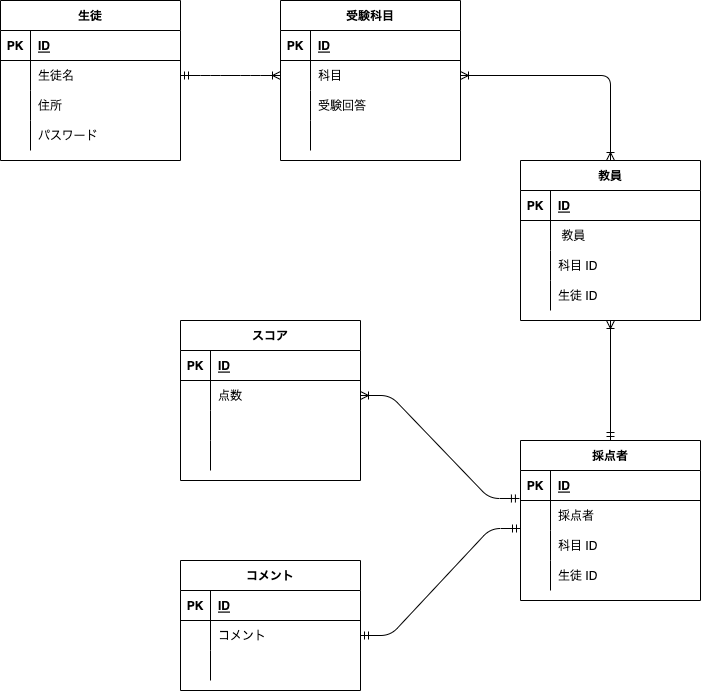
Before: test.drawio.png, a diagram exported from draw.io (nishihatakoh/databaseTest). Source tidied: cells renumbered, new cells last; positions are measured from the earlier drawing's top-left corner, leaving out a move shared by most shapes.
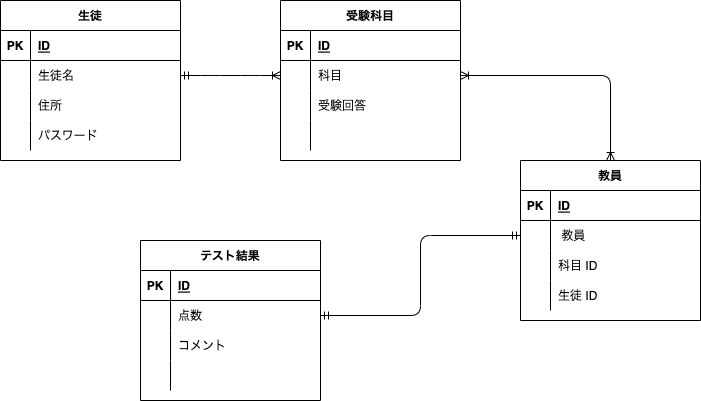
Above is the later version.

The edit, as a diff of the source:
```diff
@@ -83,8 +83,8 @@
     <mxCell id="28" style="edgeStyle=entityRelationEdgeStyle;fontSize=12;html=1;endArrow=ERoneToMany;startArrow=ERmandOne;exitX=1;exitY=0.5;exitDx=0;exitDy=0;entryX=0;entryY=0.5;entryDx=0;entryDy=0;" parent="1" edge="1" source="6" target="19">
       <mxGeometry relative="1" as="geometry" />
     </mxCell>
-    <mxCell id="29" value="スコア" style="shape=table;startSize=30;rowLines=0;fontStyle=1;align=center;" parent="1" vertex="1">
-      <mxGeometry x="180" y="320" width="180" height="160" as="geometry" />
+    <mxCell id="29" value="テスト結果" style="shape=table;startSize=30;rowLines=0;fontStyle=1;align=center;" parent="1" vertex="1">
+      <mxGeometry x="140" y="240" width="180" height="160" as="geometry" />
     </mxCell>
     <mxCell id="30" style="shape=partialRectangle;fillColor=none;top=0;left=0;bottom=1;right=0;" parent="29" vertex="1">
       <mxGeometry y="30" width="180" height="30" as="geometry" />
@@ -110,7 +110,7 @@
     <mxCell id="37" style="shape=partialRectangle;fillColor=none;top=0;left=0;bottom=0;right=0;overflow=hidden;" parent="36" vertex="1">
       <mxGeometry width="30" height="30" as="geometry" />
     </mxCell>
-    <mxCell id="38" style="shape=partialRectangle;fillColor=none;top=0;left=0;bottom=0;right=0;align=left;spacingLeft=6;overflow=hidden;" parent="36" vertex="1">
+    <mxCell id="38" value="コメント" style="shape=partialRectangle;fillColor=none;top=0;left=0;bottom=0;right=0;align=left;spacingLeft=6;overflow=hidden;" parent="36" vertex="1">
       <mxGeometry x="30" width="150" height="30" as="geometry" />
     </mxCell>
     <mxCell id="39" style="shape=partialRectangle;fillColor=none;top=0;left=0;bottom=0;right=0;" parent="29" vertex="1">
@@ -161,89 +161,9 @@
     <mxCell id="54" value="生徒 ID" style="shape=partialRectangle;fillColor=none;top=0;left=0;bottom=0;right=0;align=left;spacingLeft=6;overflow=hidden;" parent="52" vertex="1">
       <mxGeometry x="30" width="150" height="30" as="geometry" />
     </mxCell>
-    <mxCell id="55" value="採点者" style="shape=table;startSize=30;rowLines=0;fontStyle=1;align=center;" parent="1" vertex="1">
-      <mxGeometry x="520" y="440" width="180" height="160" as="geometry" />
-    </mxCell>
-    <mxCell id="56" style="shape=partialRectangle;fillColor=none;top=0;left=0;bottom=1;right=0;" parent="55" vertex="1">
-      <mxGeometry y="30" width="180" height="30" as="geometry" />
-    </mxCell>
-    <mxCell id="57" value="PK" style="shape=partialRectangle;fillColor=none;top=0;left=0;bottom=0;right=0;fontStyle=1;overflow=hidden;" parent="56" vertex="1">
-      <mxGeometry width="30" height="30" as="geometry" />
-    </mxCell>
-    <mxCell id="58" value="ID" style="shape=partialRectangle;fillColor=none;top=0;left=0;bottom=0;right=0;align=left;spacingLeft=6;fontStyle=5;overflow=hidden;" parent="56" vertex="1">
-      <mxGeometry x="30" width="150" height="30" as="geometry" />
-    </mxCell>
-    <mxCell id="59" style="shape=partialRectangle;fillColor=none;top=0;left=0;bottom=0;right=0;points=[[0,0.5],[1,0.5]];portConstraint=eastwest;" parent="55" vertex="1">
-      <mxGeometry y="60" width="180" height="30" as="geometry" />
-    </mxCell>
-    <mxCell id="60" style="shape=partialRectangle;fillColor=none;top=0;left=0;bottom=0;right=0;overflow=hidden;" parent="59" vertex="1">
-      <mxGeometry width="30" height="30" as="geometry" />
-    </mxCell>
-    <mxCell id="61" value="採点者" style="shape=partialRectangle;fillColor=none;top=0;left=0;bottom=0;right=0;align=left;spacingLeft=6;overflow=hidden;" parent="59" vertex="1">
-      <mxGeometry x="30" width="150" height="30" as="geometry" />
-    </mxCell>
-    <mxCell id="62" style="shape=partialRectangle;fillColor=none;top=0;left=0;bottom=0;right=0;" parent="55" vertex="1">
-      <mxGeometry y="90" width="180" height="30" as="geometry" />
-    </mxCell>
-    <mxCell id="63" style="shape=partialRectangle;fillColor=none;top=0;left=0;bottom=0;right=0;overflow=hidden;" parent="62" vertex="1">
-      <mxGeometry width="30" height="30" as="geometry" />
-    </mxCell>
-    <mxCell id="64" value="科目 ID" style="shape=partialRectangle;fillColor=none;top=0;left=0;bottom=0;right=0;align=left;spacingLeft=6;overflow=hidden;" parent="62" vertex="1">
-      <mxGeometry x="30" width="150" height="30" as="geometry" />
-    </mxCell>
-    <mxCell id="65" style="shape=partialRectangle;fillColor=none;top=0;left=0;bottom=0;right=0;" parent="55" vertex="1">
-      <mxGeometry y="120" width="180" height="30" as="geometry" />
-    </mxCell>
-    <mxCell id="66" style="shape=partialRectangle;fillColor=none;top=0;left=0;bottom=0;right=0;overflow=hidden;" parent="65" vertex="1">
-      <mxGeometry width="30" height="30" as="geometry" />
-    </mxCell>
-    <mxCell id="67" value="生徒 ID" style="shape=partialRectangle;fillColor=none;top=0;left=0;bottom=0;right=0;align=left;spacingLeft=6;overflow=hidden;" parent="65" vertex="1">
-      <mxGeometry x="30" width="150" height="30" as="geometry" />
-    </mxCell>
     <mxCell id="68" style="edgeStyle=orthogonalEdgeStyle;fontSize=12;html=1;endArrow=ERoneToMany;startArrow=ERoneToMany;exitX=1;exitY=0.5;exitDx=0;exitDy=0;entryX=0.5;entryY=0;entryDx=0;entryDy=0;" parent="1" edge="1" source="19" target="42">
       <mxGeometry relative="1" as="geometry" />
     </mxCell>
-    <mxCell id="69" style="fontSize=12;html=1;endArrow=ERoneToMany;startArrow=ERmandOne;exitX=0.5;exitY=0;exitDx=0;exitDy=0;entryX=0.5;entryY=1;entryDx=0;entryDy=0;" parent="1" edge="1" source="55" target="42">
-      <mxGeometry relative="1" as="geometry" />
-    </mxCell>
-    <mxCell id="70" value="コメント" style="shape=table;startSize=30;rowLines=0;fontStyle=1;align=center;" parent="1" vertex="1">
-      <mxGeometry x="180" y="560" width="180" height="130" as="geometry" />
-    </mxCell>
-    <mxCell id="71" style="shape=partialRectangle;fillColor=none;top=0;left=0;bottom=1;right=0;" parent="70" vertex="1">
-      <mxGeometry y="30" width="180" height="30" as="geometry" />
-    </mxCell>
-    <mxCell id="72" value="PK" style="shape=partialRectangle;fillColor=none;top=0;left=0;bottom=0;right=0;fontStyle=1;overflow=hidden;" parent="71" vertex="1">
-      <mxGeometry width="30" height="30" as="geometry" />
-    </mxCell>
-    <mxCell id="73" value="ID" style="shape=partialRectangle;fillColor=none;top=0;left=0;bottom=0;right=0;align=left;spacingLeft=6;fontStyle=5;overflow=hidden;" parent="71" vertex="1">
-      <mxGeometry x="30" width="150" height="30" as="geometry" />
-    </mxCell>
-    <mxCell id="74" style="shape=partialRectangle;fillColor=none;top=0;left=0;bottom=0;right=0;points=[[0,0.5],[1,0.5]];portConstraint=eastwest;" parent="70" vertex="1">
-      <mxGeometry y="60" width="180" height="30" as="geometry" />
-    </mxCell>
-    <mxCell id="75" style="shape=partialRectangle;fillColor=none;top=0;left=0;bottom=0;right=0;overflow=hidden;" parent="74" vertex="1">
-      <mxGeometry width="30" height="30" as="geometry" />
-    </mxCell>
-    <mxCell id="76" value="コメント" style="shape=partialRectangle;fillColor=none;top=0;left=0;bottom=0;right=0;align=left;spacingLeft=6;overflow=hidden;" parent="74" vertex="1">
-      <mxGeometry x="30" width="150" height="30" as="geometry" />
-    </mxCell>
-    <mxCell id="77" style="shape=partialRectangle;fillColor=none;top=0;left=0;bottom=0;right=0;" parent="70" vertex="1">
-      <mxGeometry y="90" width="180" height="30" as="geometry" />
-    </mxCell>
-    <mxCell id="78" style="shape=partialRectangle;fillColor=none;top=0;left=0;bottom=0;right=0;overflow=hidden;" parent="77" vertex="1">
-      <mxGeometry width="30" height="30" as="geometry" />
-    </mxCell>
-    <mxCell id="79" style="shape=partialRectangle;fillColor=none;top=0;left=0;bottom=0;right=0;align=left;spacingLeft=6;overflow=hidden;" parent="77" vertex="1">
-      <mxGeometry x="30" width="150" height="30" as="geometry" />
-    </mxCell>
-    <mxCell id="80" style="edgeStyle=entityRelationEdgeStyle;fontSize=12;html=1;endArrow=ERoneToMany;startArrow=ERmandOne;exitX=-0.006;exitY=-0.067;exitDx=0;exitDy=0;entryX=1;entryY=0.5;entryDx=0;entryDy=0;exitPerimeter=0;" parent="1" edge="1" source="59" target="33">
-      <mxGeometry relative="1" as="geometry" />
-    </mxCell>
-    <mxCell id="81" style="edgeStyle=entityRelationEdgeStyle;fontSize=12;html=1;endArrow=ERmandOne;startArrow=ERmandOne;exitX=1;exitY=0.5;exitDx=0;exitDy=0;" parent="1" edge="1" source="74">
-      <mxGeometry relative="1" as="geometry">
-        <mxPoint x="520" y="528" as="targetPoint" />
-      </mxGeometry>
-    </mxCell>
     <mxCell id="82" style="shape=partialRectangle;fillColor=none;top=0;left=0;bottom=0;right=0;" parent="1" vertex="1">
       <mxGeometry x="520" y="310" width="180" height="30" as="geometry" />
     </mxCell>
@@ -253,5 +173,8 @@
     <mxCell id="84" style="shape=partialRectangle;fillColor=none;top=0;left=0;bottom=0;right=0;align=left;spacingLeft=6;overflow=hidden;" parent="82" vertex="1">
       <mxGeometry x="30" width="150" height="30" as="geometry" />
     </mxCell>
+    <mxCell id="85" style="edgeStyle=orthogonalEdgeStyle;fontSize=12;html=1;endArrow=ERmandOne;startArrow=ERmandOne;exitX=1;exitY=0.5;exitDx=0;exitDy=0;entryX=0;entryY=0.5;entryDx=0;entryDy=0;" parent="1" edge="1" source="33" target="46">
+      <mxGeometry relative="1" as="geometry" />
+    </mxCell>
   </root>
 </mxGraphModel>
```
